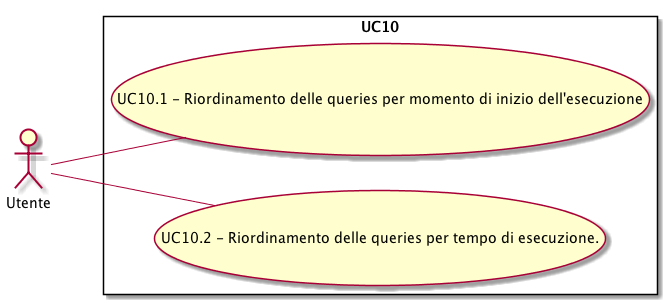
joemerlino/SWEefty keeps this PlantUML diagram as Docs/RP/AnalisiDeiRequisiti/UC/UC10.png. Above is the earlier version.
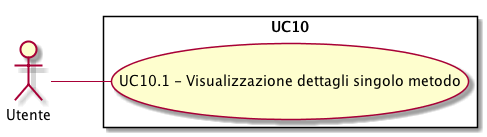
After the commit.

Change to the diagram source:
```diff
@@ -3,7 +3,6 @@
 skinparam packageStyle rectangle
 actor Utente
 rectangle UC10 {
-Utente -- (UC10.1 - Riordinamento delle queries per momento di inizio dell'esecuzione)
-Utente -- (UC10.2 - Riordinamento delle queries per tempo di esecuzione.)
+Utente -- (UC10.1 - Visualizzazione dettagli singolo metodo)
 }
 @enduml
```
